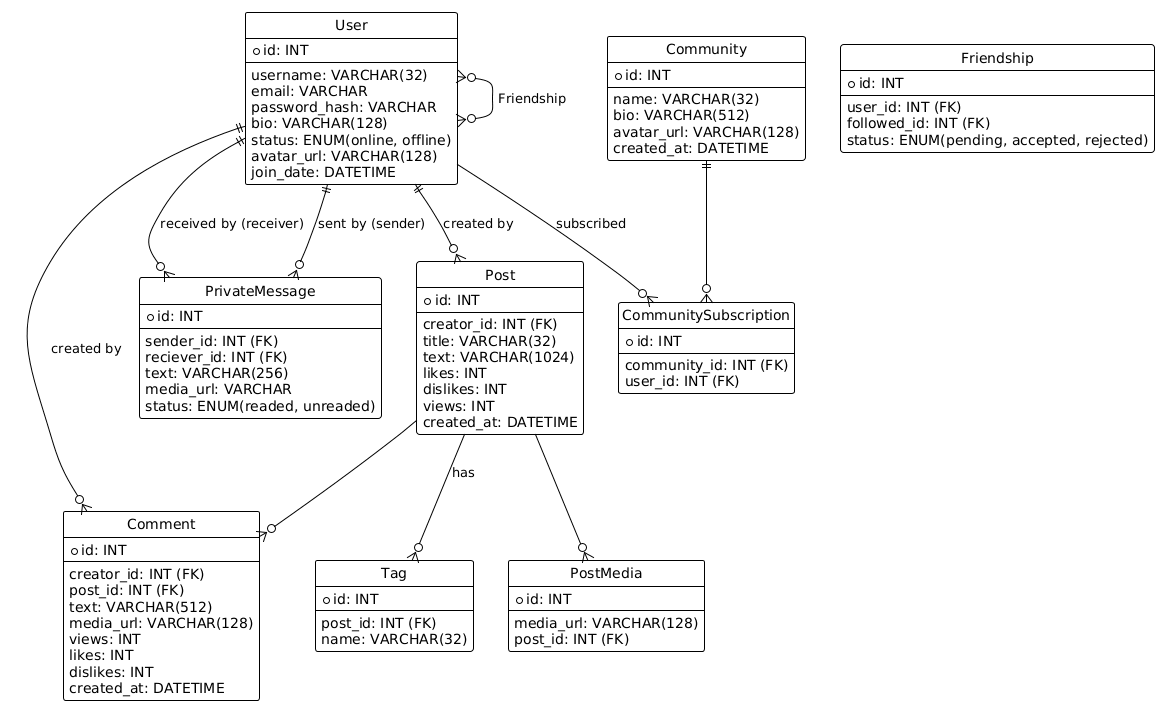
The PlantUML diagram docs/ERD diagrams/PlantUML/plantuml.png in fakeowl1/microblog-api, before a commit.
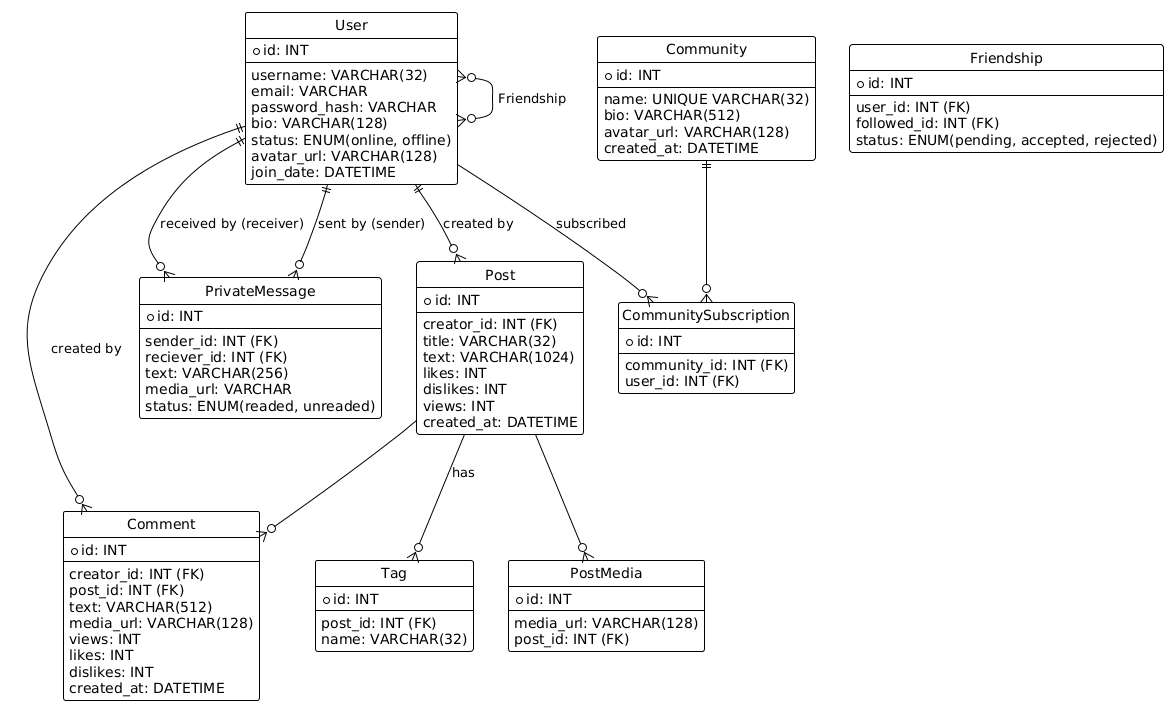
The same file after the commit.

Diff of the diagram source:
```diff
@@ -56,7 +56,7 @@
 entity "Community" as Community {
   *id: INT
   --
-  name: VARCHAR(32)
+  name: UNIQUE VARCHAR(32)
   bio: VARCHAR(512)
   avatar_url: VARCHAR(128)
   created_at: DATETIME
```
